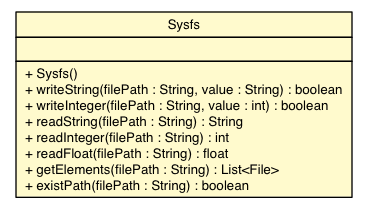
The Graphviz diagram docs/api/ev3dev/utils/Sysfs.png in ev3dev-lang-java/ev3dev-lang-java, before a commit. Its source is kept beside it as docs/api/ev3dev/utils/Sysfs.dot.
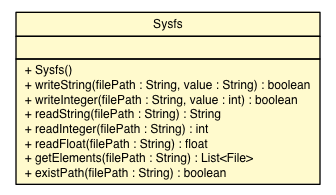
Later version of the same file.

Change to the diagram source:
```diff
@@ -21,5 +21,5 @@
 <tr><td align="left" balign="left"> + getElements(filePath : String) : List&lt;File&gt; </td></tr>
 <tr><td align="left" balign="left"> + existPath(filePath : String) : boolean </td></tr>
 		</table></td></tr>
-		</table>>, URL="./Sysfs.html", fontname="Helvetica", fontcolor="black", fontsize=10.0];
+		</table>>, URL="./Sysfs.html", fontname="Helvetica", fontcolor="black", fontsize=9.0];
 }
```
